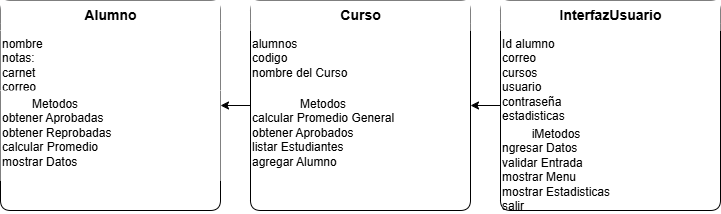
This is semana 18/Notas alumno.drawio.png from JMALVIZURISH/PC-08, a draw.io export, as it was before one commit. Source tidied: cells renumbered, new cells last; positions are measured from the earlier drawing's top-left corner, leaving out a move shared by most shapes.
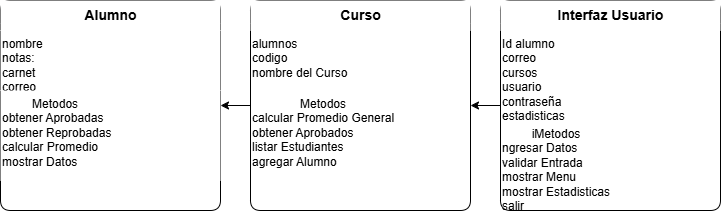
The same diagram one commit later.

Diff of the diagram source:
```diff
@@ -29,7 +29,7 @@
     <mxCell id="10" style="swimlane;rounded=1;whiteSpace=wrap;html=1;fillColor=default;" parent="1" vertex="1">
       <mxGeometry x="500" width="220" height="210" as="geometry" />
     </mxCell>
-    <mxCell id="11" value="InterfazUsuario" style="text;html=1;align=center;verticalAlign=middle;fontSize=14;fontStyle=1;fillColor=default;" parent="10" vertex="1">
+    <mxCell id="11" value="Interfaz Usuario" style="text;html=1;align=center;verticalAlign=middle;fontSize=14;fontStyle=1;fillColor=default;" parent="10" vertex="1">
       <mxGeometry width="220" height="30" as="geometry" />
     </mxCell>
     <mxCell id="12" value="Id alumno&lt;div&gt;correo&lt;/div&gt;&lt;div&gt;cursos&lt;/div&gt;&lt;div&gt;usuario&lt;/div&gt;&lt;div&gt;contraseña&lt;/div&gt;&lt;div&gt;estadisticas&lt;/div&gt;" style="text;html=1;align=left;verticalAlign=top;" parent="10" vertex="1">
```
